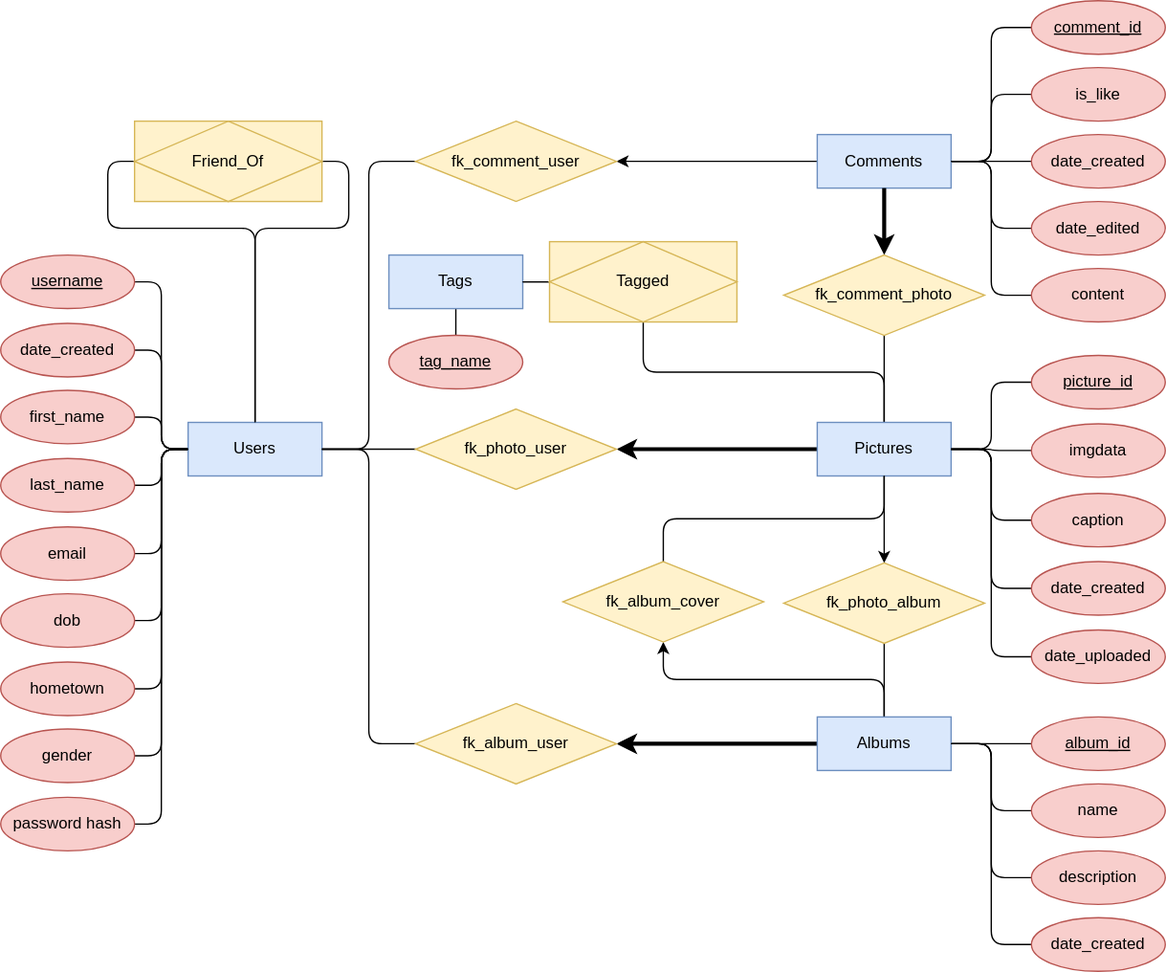
This is resources/ER.svg from eamonniknafs/photo-sharing-app, a draw.io export, as it was before one commit. Source tidied: cells renumbered, new cells last; positions are measured from the earlier drawing's top-left corner, leaving out a move shared by most shapes.
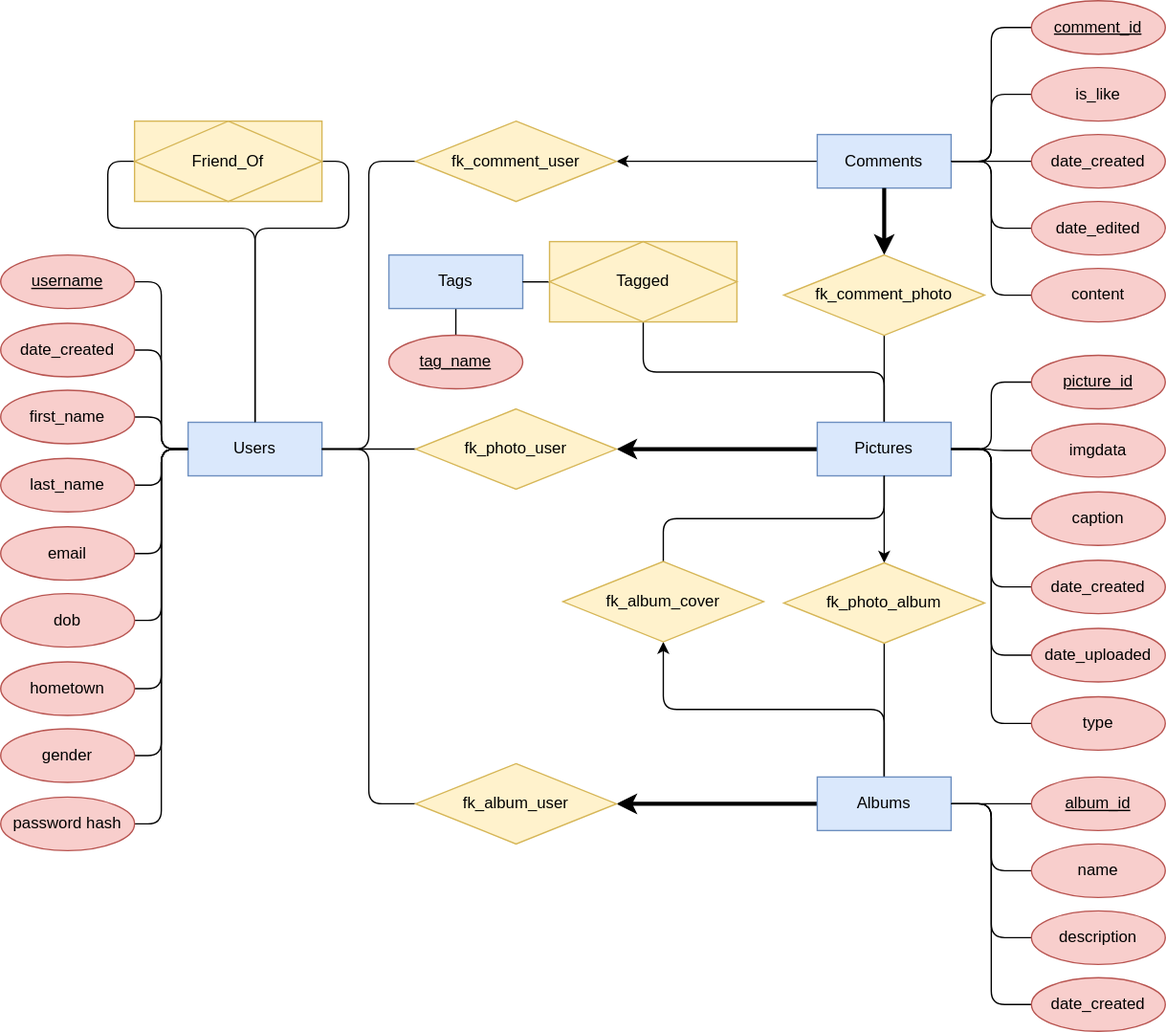
Above is the later version.

The edit, as a diff of the source:
```diff
@@ -75,7 +75,7 @@
       <mxGeometry relative="1" as="geometry" />
     </mxCell>
     <mxCell id="24" value="Albums" style="whiteSpace=wrap;html=1;align=center;fillColor=#dae8fc;strokeColor=#6c8ebf;" parent="1" vertex="1">
-      <mxGeometry x="610" y="535" width="100" height="40" as="geometry" />
+      <mxGeometry x="610" y="580" width="100" height="40" as="geometry" />
     </mxCell>
     <mxCell id="25" style="edgeStyle=orthogonalEdgeStyle;shape=connector;rounded=1;jettySize=auto;html=1;labelBackgroundColor=default;fontFamily=Helvetica;fontSize=12;fontColor=default;endArrow=none;endFill=0;strokeColor=default;" parent="1" edge="1" source="26" target="52">
       <mxGeometry relative="1" as="geometry" />
@@ -111,19 +111,19 @@
       <mxGeometry relative="1" as="geometry" />
     </mxCell>
     <mxCell id="36" value="date_created" style="ellipse;whiteSpace=wrap;html=1;align=center;fontFamily=Helvetica;fontSize=12;fontColor=default;strokeColor=#b85450;fillColor=#f8cecc;" parent="1" vertex="1">
-      <mxGeometry x="770" y="419" width="100" height="40" as="geometry" />
+      <mxGeometry x="770" y="418" width="100" height="40" as="geometry" />
     </mxCell>
     <mxCell id="37" style="edgeStyle=orthogonalEdgeStyle;shape=connector;rounded=1;jettySize=auto;html=1;exitX=0;exitY=0.5;exitDx=0;exitDy=0;entryX=1;entryY=0.5;entryDx=0;entryDy=0;labelBackgroundColor=default;fontFamily=Helvetica;fontSize=11;fontColor=default;endArrow=none;endFill=0;strokeColor=default;" parent="1" edge="1" source="38" target="13">
       <mxGeometry relative="1" as="geometry" />
     </mxCell>
     <mxCell id="38" value="date_uploaded" style="ellipse;whiteSpace=wrap;html=1;align=center;fontFamily=Helvetica;fontSize=12;fontColor=default;strokeColor=#b85450;fillColor=#f8cecc;" parent="1" vertex="1">
-      <mxGeometry x="770" y="470" width="100" height="40" as="geometry" />
+      <mxGeometry x="770" y="469" width="100" height="40" as="geometry" />
     </mxCell>
     <mxCell id="39" style="edgeStyle=orthogonalEdgeStyle;shape=connector;rounded=1;jettySize=auto;html=1;exitX=0;exitY=0.5;exitDx=0;exitDy=0;entryX=1;entryY=0.5;entryDx=0;entryDy=0;labelBackgroundColor=default;fontFamily=Helvetica;fontSize=12;fontColor=default;endArrow=none;endFill=0;strokeColor=default;" parent="1" edge="1" source="40" target="13">
       <mxGeometry relative="1" as="geometry" />
     </mxCell>
     <mxCell id="40" value="caption" style="ellipse;whiteSpace=wrap;html=1;align=center;fontFamily=Helvetica;fontSize=12;fontColor=default;strokeColor=#b85450;fillColor=#f8cecc;" parent="1" vertex="1">
-      <mxGeometry x="770" y="368" width="100" height="40" as="geometry" />
+      <mxGeometry x="770" y="367" width="100" height="40" as="geometry" />
     </mxCell>
     <mxCell id="41" value="comment_id" style="ellipse;whiteSpace=wrap;html=1;align=center;fontStyle=4;fontFamily=Helvetica;fontSize=12;strokeColor=#b85450;fillColor=#f8cecc;" parent="1" vertex="1">
       <mxGeometry x="770" width="100" height="40" as="geometry" />
@@ -141,22 +141,22 @@
       <mxGeometry x="770" y="200" width="100" height="40" as="geometry" />
     </mxCell>
     <mxCell id="46" value="album_id" style="ellipse;whiteSpace=wrap;html=1;align=center;fontStyle=4;fontFamily=Helvetica;fontSize=12;strokeColor=#b85450;fillColor=#f8cecc;" parent="1" vertex="1">
-      <mxGeometry x="770" y="535" width="100" height="40" as="geometry" />
+      <mxGeometry x="770" y="580" width="100" height="40" as="geometry" />
     </mxCell>
     <mxCell id="47" style="edgeStyle=orthogonalEdgeStyle;shape=connector;rounded=1;jettySize=auto;html=1;exitX=0;exitY=0.5;exitDx=0;exitDy=0;entryX=1;entryY=0.5;entryDx=0;entryDy=0;labelBackgroundColor=default;fontFamily=Helvetica;fontSize=12;fontColor=default;endArrow=none;endFill=0;strokeColor=default;" parent="1" edge="1" source="48" target="24">
       <mxGeometry relative="1" as="geometry" />
     </mxCell>
     <mxCell id="48" value="description" style="ellipse;whiteSpace=wrap;html=1;align=center;fontFamily=Helvetica;fontSize=12;fontColor=default;strokeColor=#b85450;fillColor=#f8cecc;" parent="1" vertex="1">
-      <mxGeometry x="770" y="635" width="100" height="40" as="geometry" />
+      <mxGeometry x="770" y="680" width="100" height="40" as="geometry" />
     </mxCell>
     <mxCell id="49" style="edgeStyle=orthogonalEdgeStyle;shape=connector;rounded=1;jettySize=auto;html=1;exitX=0;exitY=0.5;exitDx=0;exitDy=0;entryX=1;entryY=0.5;entryDx=0;entryDy=0;labelBackgroundColor=default;fontFamily=Helvetica;fontSize=12;fontColor=default;endArrow=none;endFill=0;strokeColor=default;" parent="1" edge="1" source="50" target="24">
       <mxGeometry relative="1" as="geometry" />
     </mxCell>
     <mxCell id="50" value="name" style="ellipse;whiteSpace=wrap;html=1;align=center;fontFamily=Helvetica;fontSize=12;fontColor=default;strokeColor=#b85450;fillColor=#f8cecc;" parent="1" vertex="1">
-      <mxGeometry x="770" y="585" width="100" height="40" as="geometry" />
+      <mxGeometry x="770" y="630" width="100" height="40" as="geometry" />
     </mxCell>
     <mxCell id="51" value="date_created" style="ellipse;whiteSpace=wrap;html=1;align=center;fontFamily=Helvetica;fontSize=12;fontColor=default;strokeColor=#b85450;fillColor=#f8cecc;" parent="1" vertex="1">
-      <mxGeometry x="770" y="685" width="100" height="40" as="geometry" />
+      <mxGeometry x="770" y="730" width="100" height="40" as="geometry" />
     </mxCell>
     <mxCell id="52" value="tag_name" style="ellipse;whiteSpace=wrap;html=1;align=center;fontStyle=4;fontFamily=Helvetica;fontSize=12;strokeColor=#b85450;fillColor=#f8cecc;" parent="1" vertex="1">
       <mxGeometry x="290" y="250" width="100" height="40" as="geometry" />
@@ -202,7 +202,7 @@
       <mxGeometry relative="1" as="geometry" />
     </mxCell>
     <mxCell id="64" value="fk_album_user" style="shape=rhombus;perimeter=rhombusPerimeter;whiteSpace=wrap;html=1;align=center;fontFamily=Helvetica;fontSize=12;strokeColor=#d6b656;fillColor=#fff2cc;" parent="1" vertex="1">
-      <mxGeometry x="310" y="525" width="150" height="60" as="geometry" />
+      <mxGeometry x="310" y="570" width="150" height="60" as="geometry" />
     </mxCell>
     <mxCell id="65" style="edgeStyle=orthogonalEdgeStyle;shape=connector;rounded=1;jettySize=auto;html=1;exitX=0.5;exitY=0;exitDx=0;exitDy=0;labelBackgroundColor=default;fontFamily=Helvetica;fontSize=12;fontColor=default;endArrow=none;endFill=0;strokeColor=default;strokeWidth=3;startArrow=classic;startFill=1;" parent="1" edge="1" source="66" target="18">
       <mxGeometry relative="1" as="geometry" />
@@ -249,5 +249,11 @@
     <mxCell id="79" value="fk_album_cover" style="shape=rhombus;perimeter=rhombusPerimeter;whiteSpace=wrap;html=1;align=center;fontFamily=Helvetica;fontSize=12;strokeColor=#d6b656;fillColor=#fff2cc;" parent="1" vertex="1">
       <mxGeometry x="420" y="419" width="150" height="60" as="geometry" />
     </mxCell>
+    <mxCell id="80" style="edgeStyle=orthogonalEdgeStyle;rounded=1;jettySize=auto;html=1;exitX=0;exitY=0.5;exitDx=0;exitDy=0;entryX=1;entryY=0.5;entryDx=0;entryDy=0;endArrow=none;endFill=0;" parent="1" edge="1" source="81" target="13">
+      <mxGeometry relative="1" as="geometry" />
+    </mxCell>
+    <mxCell id="81" value="type" style="ellipse;whiteSpace=wrap;html=1;align=center;fontFamily=Helvetica;fontSize=12;fontColor=default;strokeColor=#b85450;fillColor=#f8cecc;" parent="1" vertex="1">
+      <mxGeometry x="770" y="520" width="100" height="40" as="geometry" />
+    </mxCell>
   </root>
 </mxGraphModel>
```
